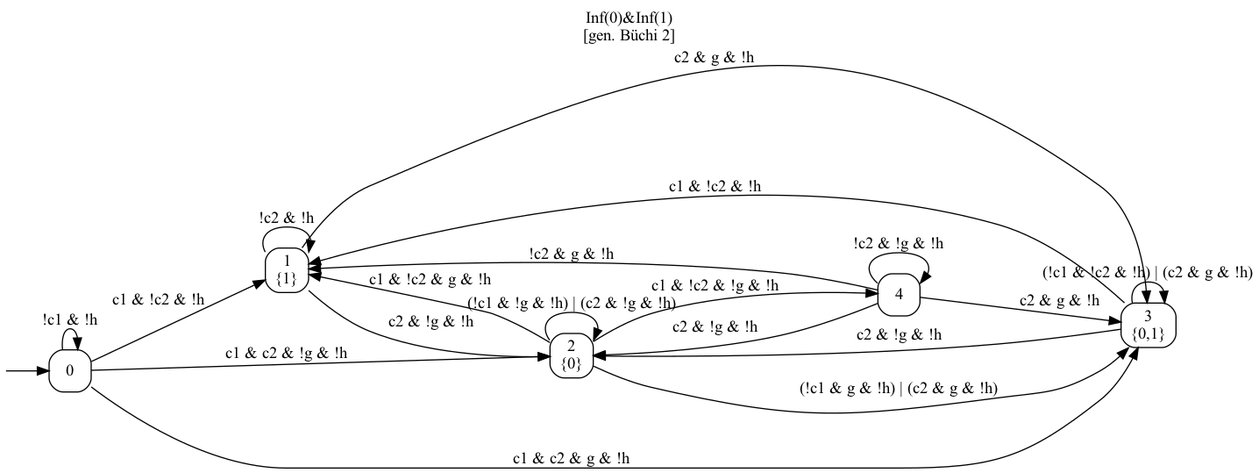
YuliiaSuprun/Task-Planning-with-TEGs keeps this Graphviz diagram as dfa4.png. Above is the earlier version. Its source is kept beside it as dfa4.dot. Its diagram source:
```dot
digraph "" {
  rankdir=LR
  label="Inf(0)&Inf(1)\n[gen. Büchi 2]"
  labelloc="t"
  node [shape="box",style="rounded",width="0.5"]
  I [label="", style=invis, width=0]
  I -> 0
  0 [label="0"]
  0 -> 0 [label="!c1 & !h"]
  0 -> 1 [label="c1 & !c2 & !h"]
  0 -> 2 [label="c1 & c2 & !g & !h"]
  0 -> 3 [label="c1 & c2 & g & !h"]
  1 [label="1\n{1}"]
  1 -> 1 [label="!c2 & !h"]
  1 -> 2 [label="c2 & !g & !h"]
  1 -> 3 [label="c2 & g & !h"]
  2 [label="2\n{0}"]
  2 -> 1 [label="c1 & !c2 & g & !h"]
  2 -> 2 [label="(!c1 & !g & !h) | (c2 & !g & !h)"]
  2 -> 3 [label="(!c1 & g & !h) | (c2 & g & !h)"]
  2 -> 4 [label="c1 & !c2 & !g & !h"]
  3 [label="3\n{0,1}"]
  3 -> 1 [label="c1 & !c2 & !h"]
  3 -> 2 [label="c2 & !g & !h"]
  3 -> 3 [label="(!c1 & !c2 & !h) | (c2 & g & !h)"]
  4 [label="4"]
  4 -> 1 [label="!c2 & g & !h"]
  4 -> 2 [label="c2 & !g & !h"]
  4 -> 3 [label="c2 & g & !h"]
  4 -> 4 [label="!c2 & !g & !h"]
}
```
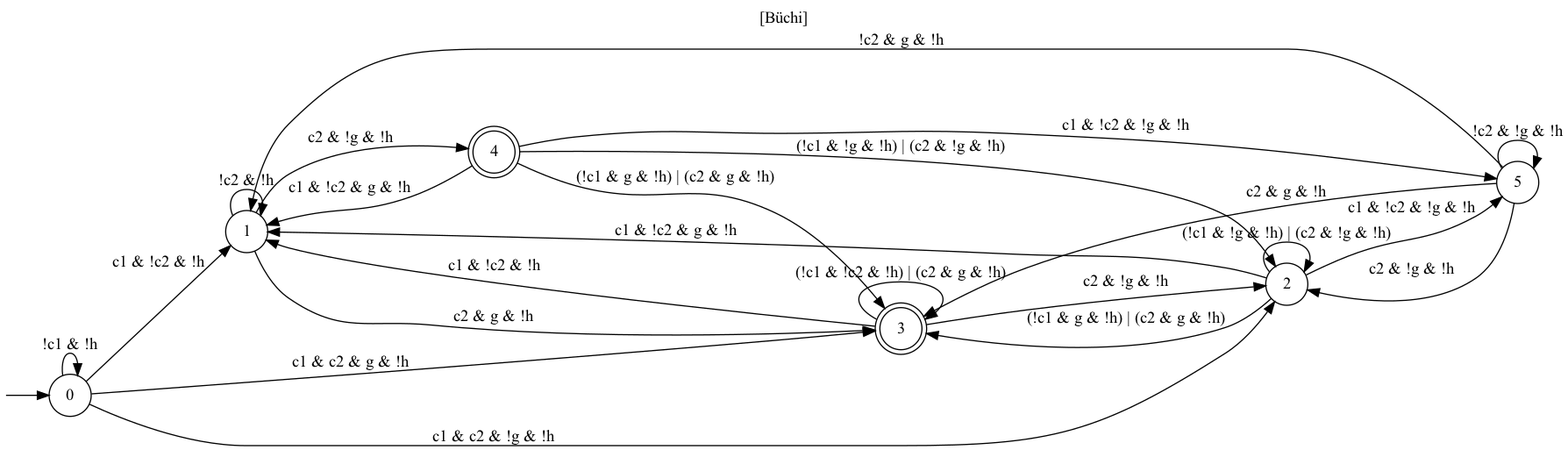
After the commit.

What changed in the source:
```diff
@@ -1,8 +1,8 @@
 digraph "" {
   rankdir=LR
-  label="Inf(0)&Inf(1)\n[gen. Büchi 2]"
+  label="[Büchi]"
   labelloc="t"
-  node [shape="box",style="rounded",width="0.5"]
+  node [shape="circle"]
   I [label="", style=invis, width=0]
   I -> 0
   0 [label="0"]
@@ -10,22 +10,27 @@
   0 -> 1 [label="c1 & !c2 & !h"]
   0 -> 2 [label="c1 & c2 & !g & !h"]
   0 -> 3 [label="c1 & c2 & g & !h"]
-  1 [label="1\n{1}"]
+  1 [label="1"]
   1 -> 1 [label="!c2 & !h"]
-  1 -> 2 [label="c2 & !g & !h"]
   1 -> 3 [label="c2 & g & !h"]
-  2 [label="2\n{0}"]
+  1 -> 4 [label="c2 & !g & !h"]
+  2 [label="2"]
   2 -> 1 [label="c1 & !c2 & g & !h"]
   2 -> 2 [label="(!c1 & !g & !h) | (c2 & !g & !h)"]
   2 -> 3 [label="(!c1 & g & !h) | (c2 & g & !h)"]
-  2 -> 4 [label="c1 & !c2 & !g & !h"]
-  3 [label="3\n{0,1}"]
+  2 -> 5 [label="c1 & !c2 & !g & !h"]
+  3 [label="3", peripheries=2]
   3 -> 1 [label="c1 & !c2 & !h"]
   3 -> 2 [label="c2 & !g & !h"]
   3 -> 3 [label="(!c1 & !c2 & !h) | (c2 & g & !h)"]
-  4 [label="4"]
-  4 -> 1 [label="!c2 & g & !h"]
-  4 -> 2 [label="c2 & !g & !h"]
-  4 -> 3 [label="c2 & g & !h"]
-  4 -> 4 [label="!c2 & !g & !h"]
+  4 [label="4", peripheries=2]
+  4 -> 1 [label="c1 & !c2 & g & !h"]
+  4 -> 2 [label="(!c1 & !g & !h) | (c2 & !g & !h)"]
+  4 -> 3 [label="(!c1 & g & !h) | (c2 & g & !h)"]
+  4 -> 5 [label="c1 & !c2 & !g & !h"]
+  5 [label="5"]
+  5 -> 1 [label="!c2 & g & !h"]
+  5 -> 2 [label="c2 & !g & !h"]
+  5 -> 3 [label="c2 & g & !h"]
+  5 -> 5 [label="!c2 & !g & !h"]
 }
```
